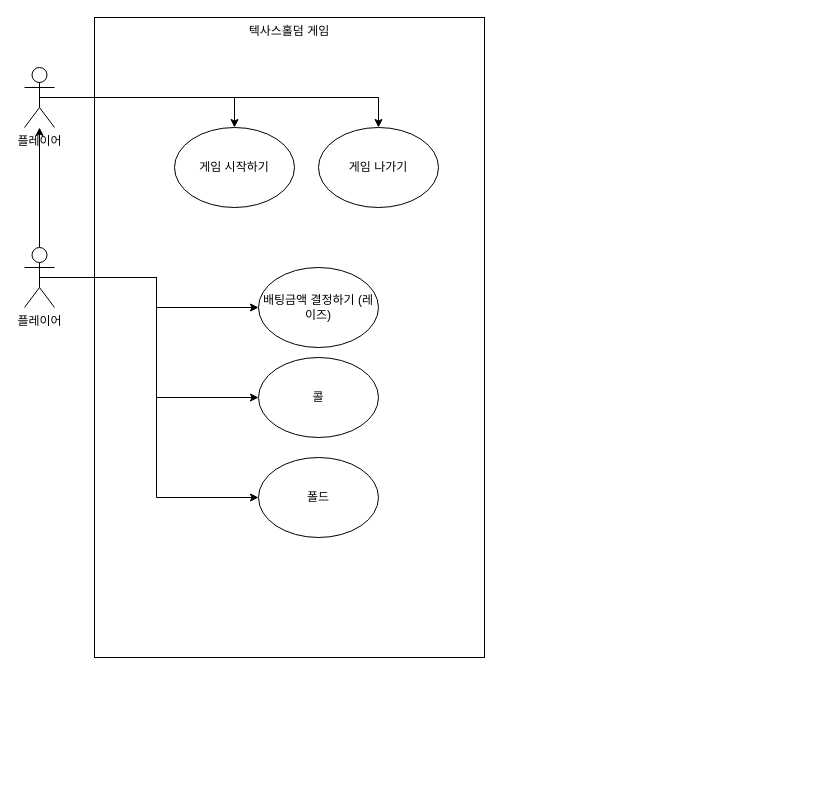
Earlier version of the draw.io diagram Untitled Diagram.drawio (seonmin8284/Poker). Source tidied: cells renumbered, new cells numbered last; positions are measured from the earlier drawing's top-left corner, leaving out a move shared by most shapes. Both pictures are drawn from the tidied source at 100%, with x=0, y=0 at pixel (24, 17).
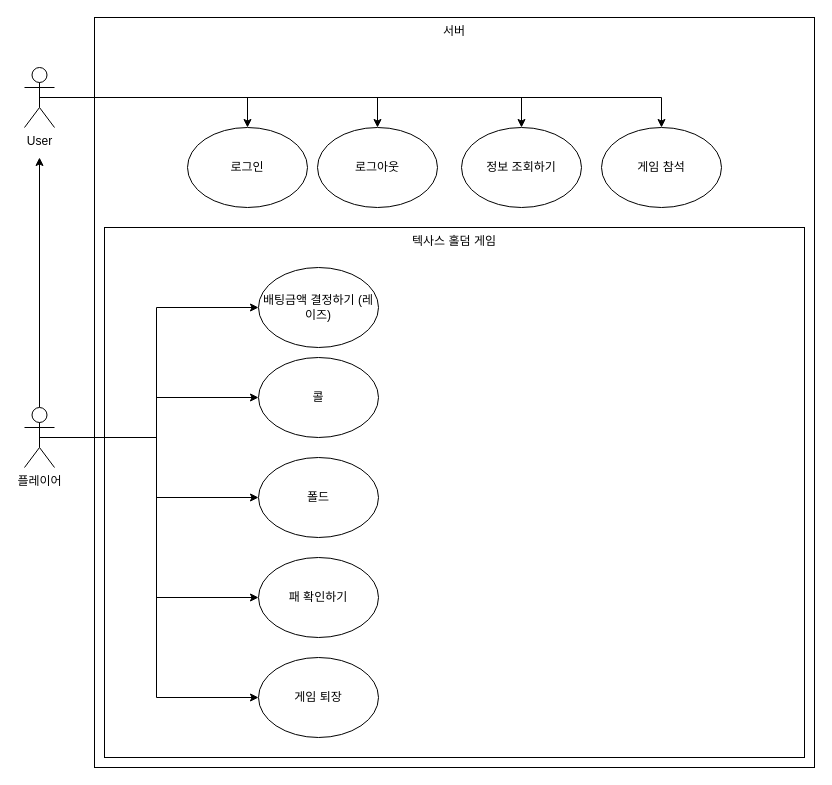
Above is the later version.

Change to the diagram source:
```diff
@@
-    <mxCell id="2" value="텍사스홀덤 게임" style="rounded=0;whiteSpace=wrap;html=1;verticalAlign=top;" parent="1" vertex="1">
-      <mxGeometry x="70" width="390" height="640" as="geometry" />
+    <mxCell id="2" value="서버" style="rounded=0;whiteSpace=wrap;html=1;verticalAlign=top;" parent="1" vertex="1">
+      <mxGeometry x="70" width="720" height="750" as="geometry" />
     </mxCell>
-    <mxCell id="3" style="edgeStyle=orthogonalEdgeStyle;rounded=0;jettySize=auto;html=1;exitX=0.5;exitY=0.5;exitDx=0;exitDy=0;exitPerimeter=0;" parent="1" edge="1" source="15" target="13">
-      <mxGeometry relative="1" as="geometry">
-        <Array as="points">
-          <mxPoint x="354" y="80" />
-        </Array>
-      </mxGeometry>
-    </mxCell>
+    <mxCell id="16" value="텍사스 홀덤 게임" style="rounded=0;whiteSpace=wrap;html=1;verticalAlign=top;" parent="1" vertex="1">
+      <mxGeometry x="80" y="210" width="700" height="530" as="geometry" />
+    </mxCell>
@@
-    <mxCell id="7" style="edgeStyle=orthogonalEdgeStyle;rounded=0;jettySize=auto;html=1;exitX=0.5;exitY=0;exitDx=0;exitDy=0;exitPerimeter=0;" parent="1" edge="1" source="8" target="15">
-      <mxGeometry relative="1" as="geometry" />
+    <mxCell id="7" style="edgeStyle=orthogonalEdgeStyle;rounded=0;jettySize=auto;html=1;exitX=0.5;exitY=0;exitDx=0;exitDy=0;exitPerimeter=0;" parent="1" edge="1" source="8">
+      <mxGeometry relative="1" as="geometry">
+        <mxPoint x="15" y="140" as="targetPoint" />
+      </mxGeometry>
     </mxCell>
+    <mxCell id="17" style="edgeStyle=orthogonalEdgeStyle;rounded=0;jettySize=auto;html=1;exitX=0.5;exitY=0.5;exitDx=0;exitDy=0;exitPerimeter=0;entryX=0;entryY=0.5;entryDx=0;entryDy=0;" parent="1" edge="1" source="8" target="25">
+      <mxGeometry relative="1" as="geometry" />
+    </mxCell>
+    <mxCell id="18" style="edgeStyle=orthogonalEdgeStyle;rounded=0;jettySize=auto;html=1;exitX=0.5;exitY=0.5;exitDx=0;exitDy=0;exitPerimeter=0;entryX=0;entryY=0.5;entryDx=0;entryDy=0;" parent="1" edge="1" source="8" target="26">
+      <mxGeometry relative="1" as="geometry" />
+    </mxCell>
     <mxCell id="8" value="플레이어" style="shape=umlActor;verticalLabelPosition=bottom;verticalAlign=top;html=1;outlineConnect=0;" parent="1" vertex="1">
-      <mxGeometry y="230" width="30" height="60" as="geometry" />
+      <mxGeometry y="390" width="30" height="60" as="geometry" />
     </mxCell>
-    <mxCell id="9" style="edgeStyle=orthogonalEdgeStyle;rounded=0;jettySize=auto;html=1;endArrow=classic;endFill=1;exitX=0.5;exitY=0.5;exitDx=0;exitDy=0;exitPerimeter=0;" parent="1" edge="1" source="15" target="10">
+    <mxCell id="9" style="edgeStyle=orthogonalEdgeStyle;rounded=0;jettySize=auto;html=1;endArrow=classic;endFill=1;exitX=0.5;exitY=0.5;exitDx=0;exitDy=0;exitPerimeter=0;entryX=0.5;entryY=0;entryDx=0;entryDy=0;" parent="1" edge="1" source="15" target="10">
       <mxGeometry relative="1" as="geometry">
         <Array as="points">
-          <mxPoint x="210" y="80" />
+          <mxPoint x="637" y="80" />
         </Array>
       </mxGeometry>
     </mxCell>
-    <mxCell id="10" value="게임 시작하기" style="ellipse;whiteSpace=wrap;html=1;" parent="1" vertex="1">
-      <mxGeometry x="150" y="110" width="120" height="80" as="geometry" />
+    <mxCell id="10" value="게임 참석" style="ellipse;whiteSpace=wrap;html=1;" parent="1" vertex="1">
+      <mxGeometry x="577" y="110" width="120" height="80" as="geometry" />
     </mxCell>
@@
-    <mxCell id="13" value="게임 나가기" style="ellipse;whiteSpace=wrap;html=1;" parent="1" vertex="1">
-      <mxGeometry x="294" y="110" width="120" height="80" as="geometry" />
-    </mxCell>
@@
+    <mxCell id="19" style="edgeStyle=orthogonalEdgeStyle;rounded=0;jettySize=auto;html=1;exitX=0.5;exitY=0.5;exitDx=0;exitDy=0;exitPerimeter=0;entryX=0.5;entryY=0;entryDx=0;entryDy=0;" parent="1" edge="1" source="15" target="22">
+      <mxGeometry relative="1" as="geometry" />
+    </mxCell>
+    <mxCell id="20" style="edgeStyle=orthogonalEdgeStyle;rounded=0;jettySize=auto;html=1;exitX=0.5;exitY=0.5;exitDx=0;exitDy=0;exitPerimeter=0;entryX=0.5;entryY=0;entryDx=0;entryDy=0;" parent="1" edge="1" source="15" target="23">
+      <mxGeometry relative="1" as="geometry" />
+    </mxCell>
+    <mxCell id="21" style="edgeStyle=orthogonalEdgeStyle;rounded=0;jettySize=auto;html=1;exitX=0.5;exitY=0.5;exitDx=0;exitDy=0;exitPerimeter=0;entryX=0.5;entryY=0;entryDx=0;entryDy=0;" parent="1" edge="1" source="15" target="24">
+      <mxGeometry relative="1" as="geometry" />
+    </mxCell>
-    <mxCell id="15" value="플레이어" style="shape=umlActor;verticalLabelPosition=bottom;verticalAlign=top;html=1;outlineConnect=0;" parent="1" vertex="1">
+    <mxCell id="15" value="User" style="shape=umlActor;verticalLabelPosition=bottom;verticalAlign=top;html=1;outlineConnect=0;" parent="1" vertex="1">
       <mxGeometry y="50" width="30" height="60" as="geometry" />
     </mxCell>
+    <mxCell id="22" value="정보 조회하기" style="ellipse;whiteSpace=wrap;html=1;" parent="1" vertex="1">
+      <mxGeometry x="437" y="110" width="120" height="80" as="geometry" />
+    </mxCell>
+    <mxCell id="23" value="로그인" style="ellipse;whiteSpace=wrap;html=1;" parent="1" vertex="1">
+      <mxGeometry x="163" y="110" width="120" height="80" as="geometry" />
+    </mxCell>
+    <mxCell id="24" value="로그아웃" style="ellipse;whiteSpace=wrap;html=1;" parent="1" vertex="1">
+      <mxGeometry x="293" y="110" width="120" height="80" as="geometry" />
+    </mxCell>
+    <mxCell id="25" value="게임 퇴장" style="ellipse;whiteSpace=wrap;html=1;" parent="1" vertex="1">
+      <mxGeometry x="234" y="640" width="120" height="80" as="geometry" />
+    </mxCell>
+    <mxCell id="26" value="패 확인하기" style="ellipse;whiteSpace=wrap;html=1;" parent="1" vertex="1">
+      <mxGeometry x="234" y="540" width="120" height="80" as="geometry" />
+    </mxCell>
```
